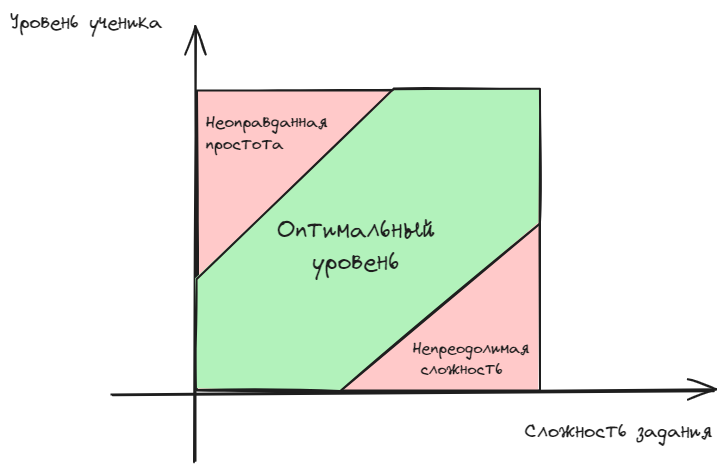
Before: diplom/assets/work/arch/restricted.excalidraw.png, a diagram exported from Excalidraw (NMashalov/EducationGenerativeModelApplication). Source tidied: one line per element, renumbered; positions are measured from the earlier drawing's top-left corner, leaving out a move shared by most shapes.
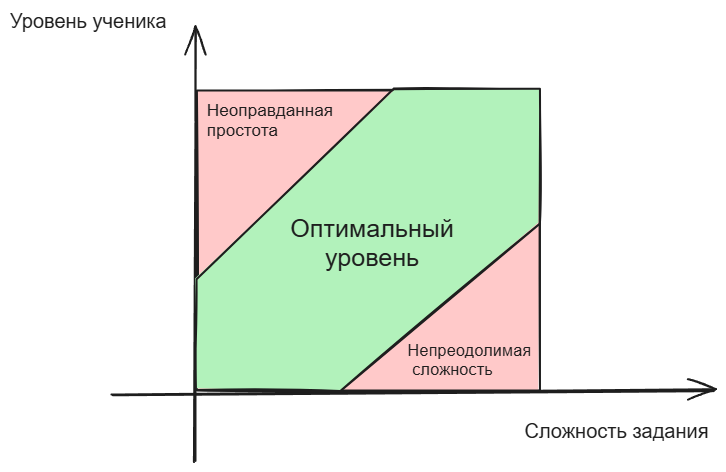
The same file after the commit.

The edit, as a diff of the source:
```diff
@@ -2,8 +2,8 @@
 {"id": 1, "type": "arrow", "strokeColor": "#1e1e1e", "strokeWidth": 2, "roughness": 1, "endArrowhead": "arrow", "round": true, "x": 102, "y": 385, "width": 602, "height": 4, "points": [[0, 0], [602, -4]]}
 {"id": 2, "type": "rectangle", "strokeColor": "#1e1e1e", "backgroundColor": "#ffc9c9", "fillStyle": "solid", "strokeWidth": 2, "roughness": 1, "x": 187, "y": 81, "width": 343, "height": 300}
 {"id": 3, "type": "line", "strokeColor": "#1e1e1e", "backgroundColor": "#b2f2bb", "fillStyle": "solid", "strokeWidth": 2, "roughness": 1, "x": 186, "y": 380, "width": 344, "height": 303, "points": [[0, 0], [1, -111], [198, -302], [344, -301], [344, -166], [144, 1], [0, 0]]}
-{"id": 4, "type": "text", "text": "Оптимальный\nуровень", "strokeColor": "#1e1e1e", "backgroundColor": "#b2f2bb", "fillStyle": "solid", "strokeWidth": 2, "roughness": 1, "fontSize": 25.12, "fontFamily": 1, "textAlign": "center", "x": 267, "y": 206, "width": 158, "height": 63}
+{"id": 4, "type": "text", "text": "Оптимальный\nуровень", "strokeColor": "#1e1e1e", "backgroundColor": "#b2f2bb", "fillStyle": "solid", "strokeWidth": 2, "roughness": 1, "fontSize": 25.12, "fontFamily": 2, "textAlign": "center", "x": 280, "y": 204, "width": 164, "height": 58}
-{"id": 5, "type": "text", "text": "Неоправданная\nпростота", "strokeColor": "#1e1e1e", "backgroundColor": "#b2f2bb", "fillStyle": "solid", "strokeWidth": 2, "roughness": 1, "fontSize": 17.19, "fontFamily": 1, "x": 196, "y": 103, "width": 122, "height": 43}
+{"id": 5, "type": "text", "text": "Неоправданная\nпростота", "strokeColor": "#1e1e1e", "backgroundColor": "#b2f2bb", "fillStyle": "solid", "strokeWidth": 2, "roughness": 1, "fontSize": 17.19, "fontFamily": 2, "x": 197, "y": 91, "width": 126, "height": 40}
-{"id": 6, "type": "text", "text": "Непреодолимая\n сложность", "strokeColor": "#1e1e1e", "backgroundColor": "#b2f2bb", "fillStyle": "solid", "strokeWidth": 2, "roughness": 1, "fontSize": 16.49, "fontFamily": 1, "x": 402, "y": 330, "width": 117, "height": 41}
+{"id": 6, "type": "text", "text": "Непреодолимая\n сложность", "strokeColor": "#1e1e1e", "backgroundColor": "#b2f2bb", "fillStyle": "solid", "strokeWidth": 2, "roughness": 1, "fontSize": 16.49, "fontFamily": 2, "x": 398, "y": 331, "width": 124, "height": 38}
-{"id": 7, "type": "text", "text": "Сложность задания", "strokeColor": "#1e1e1e", "backgroundColor": "#b2f2bb", "fillStyle": "solid", "strokeWidth": 2, "roughness": 1, "fontSize": 20, "fontFamily": 1, "x": 514, "y": 409, "width": 187, "height": 25}
+{"id": 7, "type": "text", "text": "Сложность задания", "strokeColor": "#1e1e1e", "backgroundColor": "#b2f2bb", "fillStyle": "solid", "strokeWidth": 2, "roughness": 1, "fontSize": 20, "fontFamily": 2, "x": 514, "y": 410, "width": 184, "height": 23}
-{"id": 8, "type": "text", "text": "Уровень ученика", "strokeColor": "#1e1e1e", "backgroundColor": "#b2f2bb", "fillStyle": "solid", "strokeWidth": 2, "roughness": 1, "fontSize": 20, "fontFamily": 1, "x": 0, "y": 0, "width": 152, "height": 25}
+{"id": 8, "type": "text", "text": "Уровень ученика", "strokeColor": "#1e1e1e", "backgroundColor": "#b2f2bb", "fillStyle": "solid", "strokeWidth": 2, "roughness": 1, "fontSize": 20, "fontFamily": 2, "x": 0, "y": 0, "width": 157, "height": 23}
```
